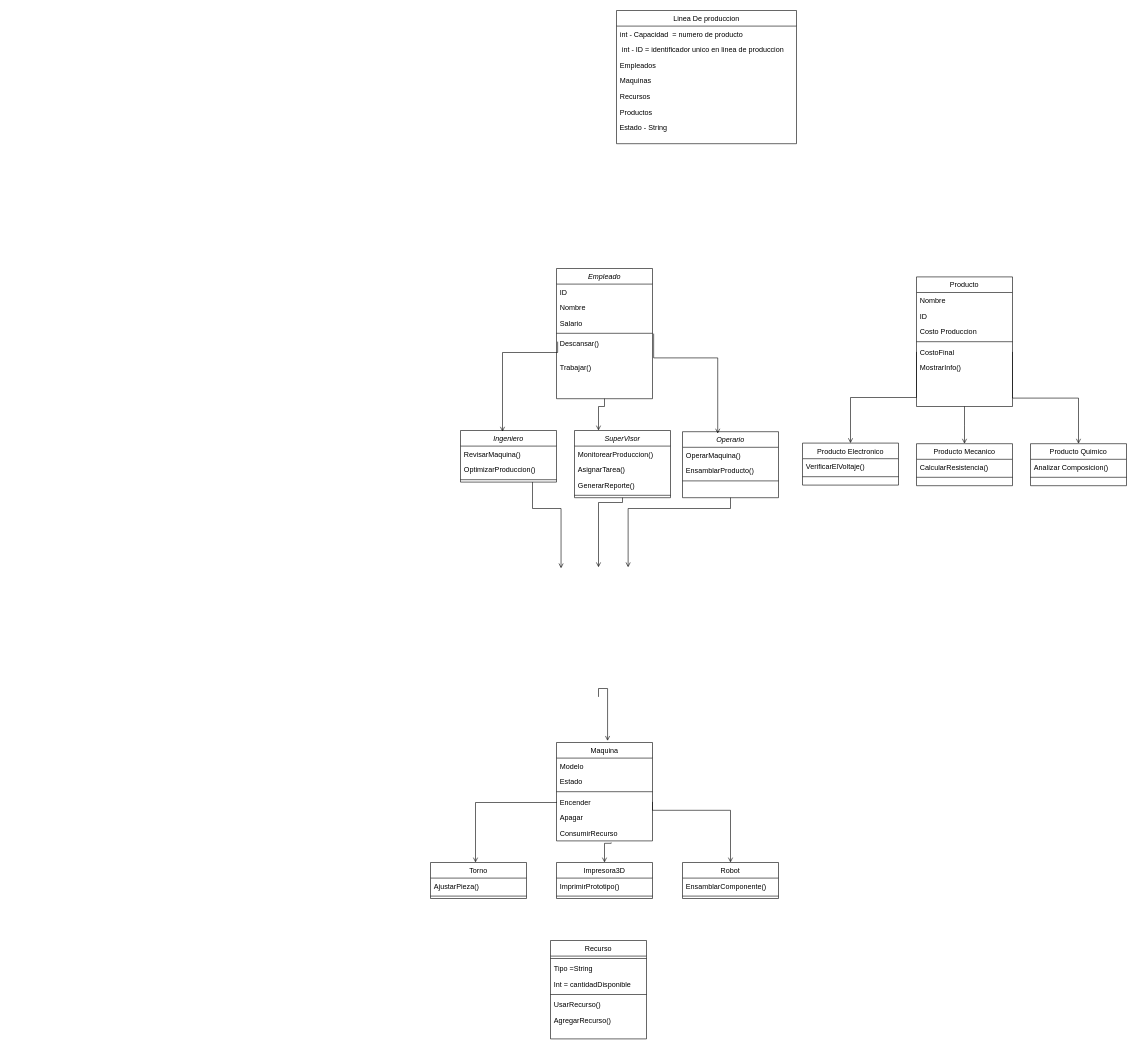
The draw.io diagram DiagramaProyecto.drawio in RoyGeova07/Proyecto_Progra3_Simulador-Avanzado-de-Gestion-de-una-Planta-Industrial-Inteligente, before the edit. Source tidied: cells renumbered, new cells numbered last; positions are measured from the earlier drawing's top-left corner, leaving out a move shared by most shapes. Both pictures are drawn from the tidied source at 60%, with x=0, y=0 at pixel (430, 10).
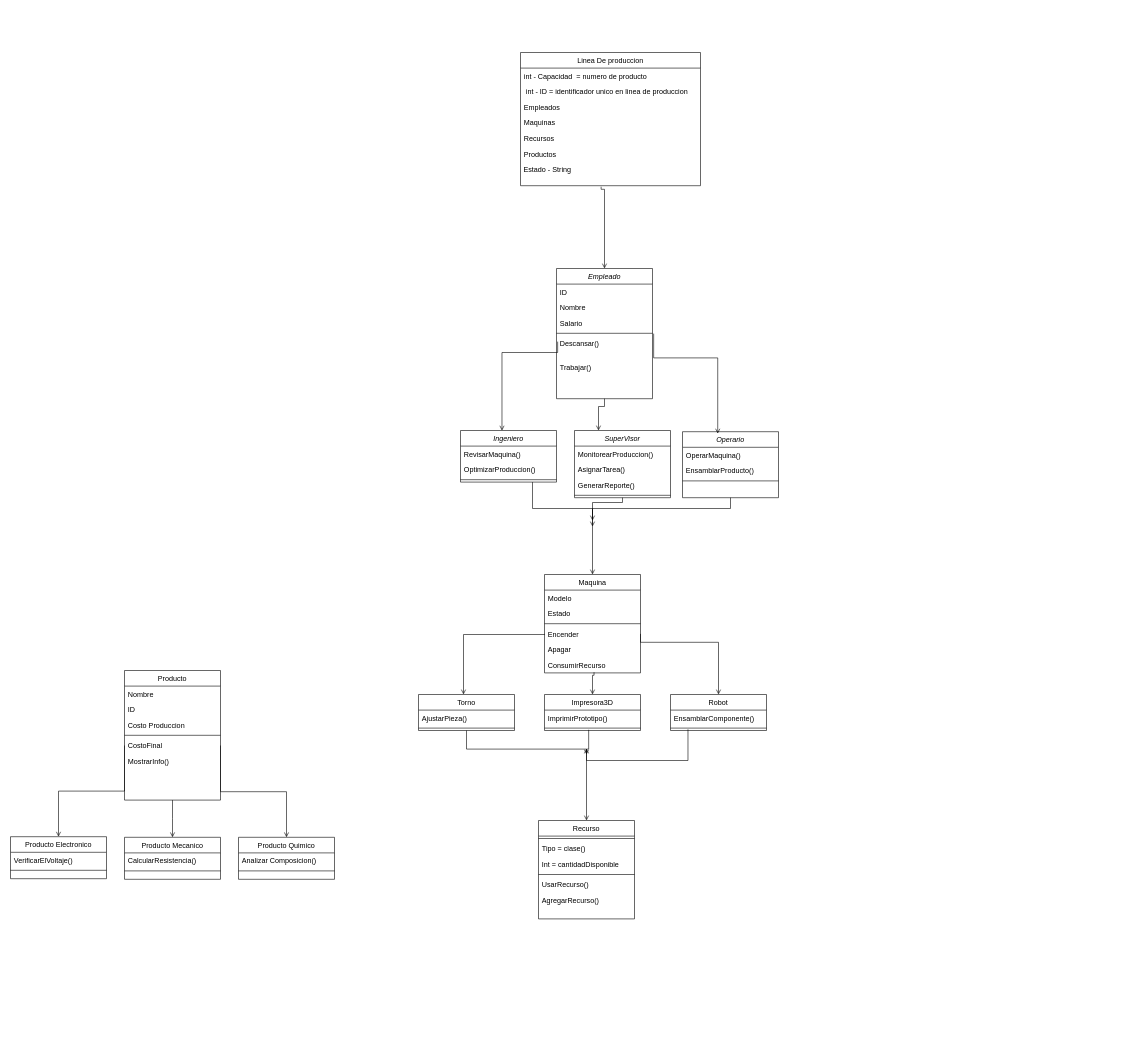
The same diagram, later.

Commit message:
Quinta_Actualizacion

The change refers to these unchanged cells:
```xml
<mxCell id="2" value="Empleado" style="swimlane;fontStyle=2;align=center;verticalAlign=top;horizontal=1;startSize=26;rounded=0;shadow=0;strokeWidth=1;" parent="1" vertex="1">
  <mxGeometry x="210" y="430" width="160" height="217" as="geometry" />
</mxCell>
<mxCell id="7" value="Descansar()" style="text;align=left;verticalAlign=top;spacingLeft=4;spacingRight=4;overflow=hidden;points=[[0,0.5],[1,0.5]];portConstraint=eastwest;rounded=0;shadow=0;html=0;" parent="2" vertex="1">
  <mxGeometry y="112" width="160" height="40" as="geometry" />
</mxCell>
<mxCell id="16" value="Ingeniero" style="swimlane;fontStyle=2;align=center;verticalAlign=top;horizontal=1;startSize=26;rounded=0;shadow=0;strokeWidth=1;" parent="1" vertex="1">
  <mxGeometry x="50" y="700" width="160" height="86" as="geometry" />
</mxCell>
<mxCell id="20" value="SuperVisor" style="swimlane;fontStyle=2;align=center;verticalAlign=top;horizontal=1;startSize=26;rounded=0;shadow=0;strokeWidth=1;" parent="1" vertex="1">
  <mxGeometry x="240" y="700" width="160" height="112" as="geometry" />
</mxCell>
<mxCell id="25" value="Operario" style="swimlane;fontStyle=2;align=center;verticalAlign=top;horizontal=1;startSize=26;rounded=0;shadow=0;strokeWidth=1;" parent="1" vertex="1">
  <mxGeometry x="420" y="702" width="160" height="110" as="geometry" />
</mxCell>
<mxCell id="51" value="Encender" style="text;align=left;verticalAlign=top;spacingLeft=4;spacingRight=4;overflow=hidden;points=[[0,0.5],[1,0.5]];portConstraint=eastwest;rounded=0;shadow=0;html=0;" parent="47" vertex="1">
  <mxGeometry y="86" width="160" height="26" as="geometry" />
</mxCell>
<mxCell id="53" value="ConsumirRecurso" style="text;align=left;verticalAlign=top;spacingLeft=4;spacingRight=4;overflow=hidden;points=[[0,0.5],[1,0.5]];portConstraint=eastwest;labelBackgroundColor=none;" parent="47" vertex="1">
  <mxGeometry y="138" width="160" height="26" as="geometry" />
</mxCell>
<mxCell id="57" style="line;html=1;strokeWidth=1;align=left;verticalAlign=middle;spacingTop=-1;spacingLeft=3;spacingRight=3;labelPosition=right;points=[];portConstraint=eastwest;" parent="55" vertex="1">
  <mxGeometry y="52" width="160" height="8" as="geometry" />
</mxCell>
<mxCell id="60" style="line;html=1;strokeWidth=1;align=left;verticalAlign=middle;spacingTop=-1;spacingLeft=3;spacingRight=3;labelPosition=right;points=[];portConstraint=eastwest;" parent="58" vertex="1">
  <mxGeometry y="52" width="160" height="8" as="geometry" />
</mxCell>
<mxCell id="81" value="&lt;span style=&quot;text-wrap: nowrap;&quot;&gt;&amp;nbsp;Estado - String&amp;nbsp;&lt;/span&gt;" style="text;whiteSpace=wrap;html=1;" parent="74" vertex="1">
  <mxGeometry y="182" width="300" height="40" as="geometry" />
</mxCell>
```

Change to the diagram source:
```diff
@@
     <mxCell id="9" value="Producto" style="swimlane;fontStyle=0;align=center;verticalAlign=top;horizontal=1;startSize=26;rounded=0;shadow=0;strokeWidth=1;" parent="1" vertex="1">
-      <mxGeometry x="810" y="444" width="160" height="216" as="geometry" />
+      <mxGeometry x="-510" y="1100" width="160" height="216" as="geometry" />
     </mxCell>
@@
     <mxCell id="29" value="Producto Electronico" style="swimlane;fontStyle=0;align=center;verticalAlign=top;horizontal=1;startSize=26;rounded=0;shadow=0;strokeWidth=1;" parent="1" vertex="1">
-      <mxGeometry x="620" y="721" width="160" height="70" as="geometry" />
+      <mxGeometry x="-700" y="1377" width="160" height="70" as="geometry" />
     </mxCell>
@@
     <mxCell id="32" value="Producto Mecanico" style="swimlane;fontStyle=0;align=center;verticalAlign=top;horizontal=1;startSize=26;rounded=0;shadow=0;strokeWidth=1;" parent="1" vertex="1">
-      <mxGeometry x="810" y="722" width="160" height="70" as="geometry" />
+      <mxGeometry x="-510" y="1378" width="160" height="70" as="geometry" />
     </mxCell>
@@
     <mxCell id="35" value="Producto Quimico" style="swimlane;fontStyle=0;align=center;verticalAlign=top;horizontal=1;startSize=26;rounded=0;shadow=0;strokeWidth=1;" parent="1" vertex="1">
-      <mxGeometry x="1000" y="722" width="160" height="70" as="geometry" />
+      <mxGeometry x="-320" y="1378" width="160" height="70" as="geometry" />
     </mxCell>
@@
-    <mxCell id="38" style="endArrow=open;shadow=0;strokeWidth=1;rounded=0;curved=0;endFill=1;edgeStyle=elbowEdgeStyle;elbow=vertical;exitX=0.012;exitY=0.247;exitDx=0;exitDy=0;exitPerimeter=0;" parent="1" edge="1" source="7">
+    <mxCell id="38" style="endArrow=open;shadow=0;strokeWidth=1;rounded=0;curved=0;endFill=1;edgeStyle=elbowEdgeStyle;elbow=vertical;exitX=0.012;exitY=0.247;exitDx=0;exitDy=0;exitPerimeter=0;entryX=0.432;entryY=0.002;entryDx=0;entryDy=0;entryPerimeter=0;" parent="1" edge="1" source="7" target="16">
       <mxGeometry x="0.5" y="41" relative="1" as="geometry">
-        <mxPoint x="120" y="702" as="targetPoint" />
         <Array as="points">
           <mxPoint x="170" y="570" />
         </Array>
         <mxPoint x="-40" y="32" as="offset" />
       </mxGeometry>
     </mxCell>
@@
-    <mxCell id="43" style="endArrow=open;shadow=0;strokeWidth=1;rounded=0;curved=0;endFill=1;edgeStyle=elbowEdgeStyle;elbow=vertical;exitX=0.75;exitY=1;exitDx=0;exitDy=0;entryX=0.11;entryY=0.008;entryDx=0;entryDy=0;entryPerimeter=0;" parent="1" edge="1" source="16">
+    <mxCell id="43" style="endArrow=open;shadow=0;strokeWidth=1;rounded=0;curved=0;endFill=1;edgeStyle=elbowEdgeStyle;elbow=vertical;exitX=0.75;exitY=1;exitDx=0;exitDy=0;" parent="1" edge="1" source="16">
       <mxGeometry x="0.5" y="41" relative="1" as="geometry">
-        <mxPoint x="217.6" y="929.7" as="targetPoint" />
+        <mxPoint x="270" y="860" as="targetPoint" />
         <Array as="points">
           <mxPoint x="140" y="830" />
         </Array>
         <mxPoint x="-40" y="32" as="offset" />
       </mxGeometry>
     </mxCell>
-    <mxCell id="44" style="endArrow=open;shadow=0;strokeWidth=1;rounded=0;curved=0;endFill=1;edgeStyle=elbowEdgeStyle;elbow=vertical;exitX=0.5;exitY=1;exitDx=0;exitDy=0;entryX=0.5;entryY=0;entryDx=0;entryDy=0;" parent="1" edge="1" source="20">
+    <mxCell id="44" style="endArrow=open;shadow=0;strokeWidth=1;rounded=0;curved=0;endFill=1;edgeStyle=elbowEdgeStyle;elbow=vertical;exitX=0.5;exitY=1;exitDx=0;exitDy=0;entryX=0.5;entryY=0;entryDx=0;entryDy=0;" parent="1" edge="1" source="20" target="47">
       <mxGeometry x="0.5" y="41" relative="1" as="geometry">
-        <mxPoint x="280" y="928" as="targetPoint" />
         <Array as="points">
           <mxPoint x="358" y="820" />
         </Array>
         <mxPoint x="-40" y="32" as="offset" />
       </mxGeometry>
     </mxCell>
-    <mxCell id="45" style="endArrow=open;shadow=0;strokeWidth=1;rounded=0;curved=0;endFill=1;edgeStyle=elbowEdgeStyle;elbow=vertical;exitX=0.5;exitY=1;exitDx=0;exitDy=0;entryX=0.809;entryY=0;entryDx=0;entryDy=0;entryPerimeter=0;" parent="1" edge="1" source="25">
+    <mxCell id="45" style="endArrow=open;shadow=0;strokeWidth=1;rounded=0;curved=0;endFill=1;edgeStyle=elbowEdgeStyle;elbow=vertical;exitX=0.5;exitY=1;exitDx=0;exitDy=0;" parent="1" edge="1" source="25">
       <mxGeometry x="0.5" y="41" relative="1" as="geometry">
-        <mxPoint x="329.4" y="928" as="targetPoint" />
+        <mxPoint x="270" y="850" as="targetPoint" />
         <Array as="points">
           <mxPoint x="510" y="830" />
         </Array>
         <mxPoint x="-40" y="32" as="offset" />
       </mxGeometry>
     </mxCell>
@@
     <mxCell id="47" value="Maquina" style="swimlane;fontStyle=0;align=center;verticalAlign=top;horizontal=1;startSize=26;rounded=0;shadow=0;strokeWidth=1;" parent="1" vertex="1">
-      <mxGeometry x="210" y="1220" width="160" height="164" as="geometry" />
+      <mxGeometry x="190" y="940" width="160" height="164" as="geometry" />
     </mxCell>
@@
-    <mxCell id="54" style="endArrow=open;shadow=0;strokeWidth=1;rounded=0;curved=0;endFill=1;edgeStyle=elbowEdgeStyle;elbow=vertical;exitX=0.5;exitY=1;exitDx=0;exitDy=0;entryX=0.532;entryY=-0.017;entryDx=0;entryDy=0;entryPerimeter=0;" parent="1" edge="1" target="47">
-      <mxGeometry x="0.5" y="41" relative="1" as="geometry">
-        <mxPoint x="280" y="1144" as="sourcePoint" />
-        <Array as="points">
-          <mxPoint x="300" y="1130" />
-        </Array>
-        <mxPoint x="-40" y="32" as="offset" />
-      </mxGeometry>
-    </mxCell>
     <mxCell id="55" value="Robot" style="swimlane;fontStyle=0;align=center;verticalAlign=top;horizontal=1;startSize=26;rounded=0;shadow=0;strokeWidth=1;" parent="1" vertex="1">
-      <mxGeometry x="420" y="1420" width="160" height="60" as="geometry" />
+      <mxGeometry x="400" y="1140" width="160" height="60" as="geometry" />
     </mxCell>
@@
     <mxCell id="58" value="Impresora3D" style="swimlane;fontStyle=0;align=center;verticalAlign=top;horizontal=1;startSize=26;rounded=0;shadow=0;strokeWidth=1;" parent="1" vertex="1">
-      <mxGeometry x="210" y="1420" width="160" height="60" as="geometry" />
+      <mxGeometry x="190" y="1140" width="160" height="60" as="geometry" />
     </mxCell>
@@
     <mxCell id="61" value="Torno" style="swimlane;fontStyle=0;align=center;verticalAlign=top;horizontal=1;startSize=26;rounded=0;shadow=0;strokeWidth=1;" parent="1" vertex="1">
-      <mxGeometry y="1420" width="160" height="60" as="geometry" />
+      <mxGeometry x="-20" y="1140" width="160" height="60" as="geometry" />
     </mxCell>
@@
     <mxCell id="64" style="endArrow=open;shadow=0;strokeWidth=1;rounded=0;curved=0;endFill=1;edgeStyle=elbowEdgeStyle;elbow=vertical;entryX=0.532;entryY=-0.017;entryDx=0;entryDy=0;entryPerimeter=0;exitX=0;exitY=0.5;exitDx=0;exitDy=0;" parent="1" edge="1" source="51">
       <mxGeometry x="0.5" y="41" relative="1" as="geometry">
-        <mxPoint x="75" y="1420" as="targetPoint" />
+        <mxPoint x="55" y="1140" as="targetPoint" />
         <Array as="points">
-          <mxPoint x="120" y="1320" />
+          <mxPoint x="100" y="1040" />
         </Array>
         <mxPoint x="-40" y="32" as="offset" />
       </mxGeometry>
     </mxCell>
-    <mxCell id="65" style="endArrow=open;shadow=0;strokeWidth=1;rounded=0;curved=0;endFill=1;edgeStyle=elbowEdgeStyle;elbow=vertical;exitX=0.57;exitY=1.104;exitDx=0;exitDy=0;entryX=0.5;entryY=0;entryDx=0;entryDy=0;exitPerimeter=0;" parent="1" edge="1" source="53" target="58">
+    <mxCell id="65" style="endArrow=open;shadow=0;strokeWidth=1;rounded=0;curved=0;endFill=1;edgeStyle=elbowEdgeStyle;elbow=vertical;exitX=0.516;exitY=0.958;exitDx=0;exitDy=0;entryX=0.5;entryY=0;entryDx=0;entryDy=0;exitPerimeter=0;" parent="1" edge="1" source="53" target="58">
       <mxGeometry x="0.5" y="41" relative="1" as="geometry">
         <Array as="points">
-          <mxPoint x="297.5" y="1388" />
+          <mxPoint x="277.5" y="1108" />
         </Array>
         <mxPoint x="-40" y="32" as="offset" />
       </mxGeometry>
     </mxCell>
     <mxCell id="66" style="endArrow=open;shadow=0;strokeWidth=1;rounded=0;curved=0;endFill=1;edgeStyle=elbowEdgeStyle;elbow=vertical;exitX=1;exitY=0.5;exitDx=0;exitDy=0;entryX=0.5;entryY=0;entryDx=0;entryDy=0;" parent="1" edge="1" source="51" target="55">
       <mxGeometry x="0.5" y="41" relative="1" as="geometry">
         <Array as="points">
-          <mxPoint x="507.5" y="1333" />
+          <mxPoint x="487.5" y="1053" />
         </Array>
         <mxPoint x="-40" y="32" as="offset" />
       </mxGeometry>
     </mxCell>
     <mxCell id="67" value="Recurso" style="swimlane;fontStyle=0;align=center;verticalAlign=top;horizontal=1;startSize=26;rounded=0;shadow=0;strokeWidth=1;" parent="1" vertex="1">
-      <mxGeometry x="200" y="1550" width="160" height="164" as="geometry" />
+      <mxGeometry x="180" y="1350" width="160" height="164" as="geometry" />
     </mxCell>
@@
-    <mxCell id="69" value="Tipo =String " style="text;align=left;verticalAlign=top;spacingLeft=4;spacingRight=4;overflow=hidden;" parent="67" vertex="1">
+    <mxCell id="69" value="Tipo = clase()" style="text;align=left;verticalAlign=top;spacingLeft=4;spacingRight=4;overflow=hidden;" parent="67" vertex="1">
       <mxGeometry y="34" width="160" height="26" as="geometry" />
     </mxCell>
@@
     <mxCell id="74" value="Linea De produccion" style="swimlane;fontStyle=0;align=center;verticalAlign=top;horizontal=1;startSize=26;rounded=0;shadow=0;strokeWidth=1;" parent="1" vertex="1">
-      <mxGeometry x="310" width="300" height="222" as="geometry" />
+      <mxGeometry x="150" y="70" width="300" height="222" as="geometry" />
     </mxCell>
@@
+    <mxCell id="82" style="endArrow=open;shadow=0;strokeWidth=1;rounded=0;curved=0;endFill=1;edgeStyle=elbowEdgeStyle;elbow=vertical;exitX=0.5;exitY=1;exitDx=0;exitDy=0;" parent="1" edge="1" source="61">
+      <mxGeometry x="0.5" y="41" relative="1" as="geometry">
+        <mxPoint x="260" y="1240" as="targetPoint" />
+        <Array as="points">
+          <mxPoint x="75" y="1231" />
+        </Array>
+        <mxPoint x="-40" y="32" as="offset" />
+      </mxGeometry>
+    </mxCell>
+    <mxCell id="83" style="endArrow=open;shadow=0;strokeWidth=1;rounded=0;curved=0;endFill=1;edgeStyle=elbowEdgeStyle;elbow=vertical;entryX=0.5;entryY=0;entryDx=0;entryDy=0;exitX=0.46;exitY=0.845;exitDx=0;exitDy=0;exitPerimeter=0;" parent="1" edge="1" source="60" target="67">
+      <mxGeometry x="0.5" y="41" relative="1" as="geometry">
+        <Array as="points">
+          <mxPoint x="265" y="1231" />
+        </Array>
+        <mxPoint x="-40" y="32" as="offset" />
+      </mxGeometry>
+    </mxCell>
+    <mxCell id="84" style="endArrow=open;shadow=0;strokeWidth=1;rounded=0;curved=0;endFill=1;edgeStyle=elbowEdgeStyle;elbow=vertical;exitX=0.182;exitY=0.759;exitDx=0;exitDy=0;exitPerimeter=0;" parent="1" edge="1" source="57">
+      <mxGeometry x="0.5" y="41" relative="1" as="geometry">
+        <mxPoint x="260" y="1230" as="targetPoint" />
+        <Array as="points">
+          <mxPoint x="457.5" y="1250" />
+        </Array>
+        <mxPoint x="-40" y="32" as="offset" />
+      </mxGeometry>
+    </mxCell>
+    <mxCell id="85" style="endArrow=open;shadow=0;strokeWidth=1;rounded=0;curved=0;endFill=1;edgeStyle=elbowEdgeStyle;elbow=vertical;exitX=0.448;exitY=1.042;exitDx=0;exitDy=0;exitPerimeter=0;entryX=0.5;entryY=0;entryDx=0;entryDy=0;" parent="1" edge="1" source="81" target="2">
+      <mxGeometry x="0.5" y="41" relative="1" as="geometry">
+        <Array as="points">
+          <mxPoint x="314" y="298" />
+        </Array>
+        <mxPoint x="-40" y="32" as="offset" />
+      </mxGeometry>
+    </mxCell>
```
